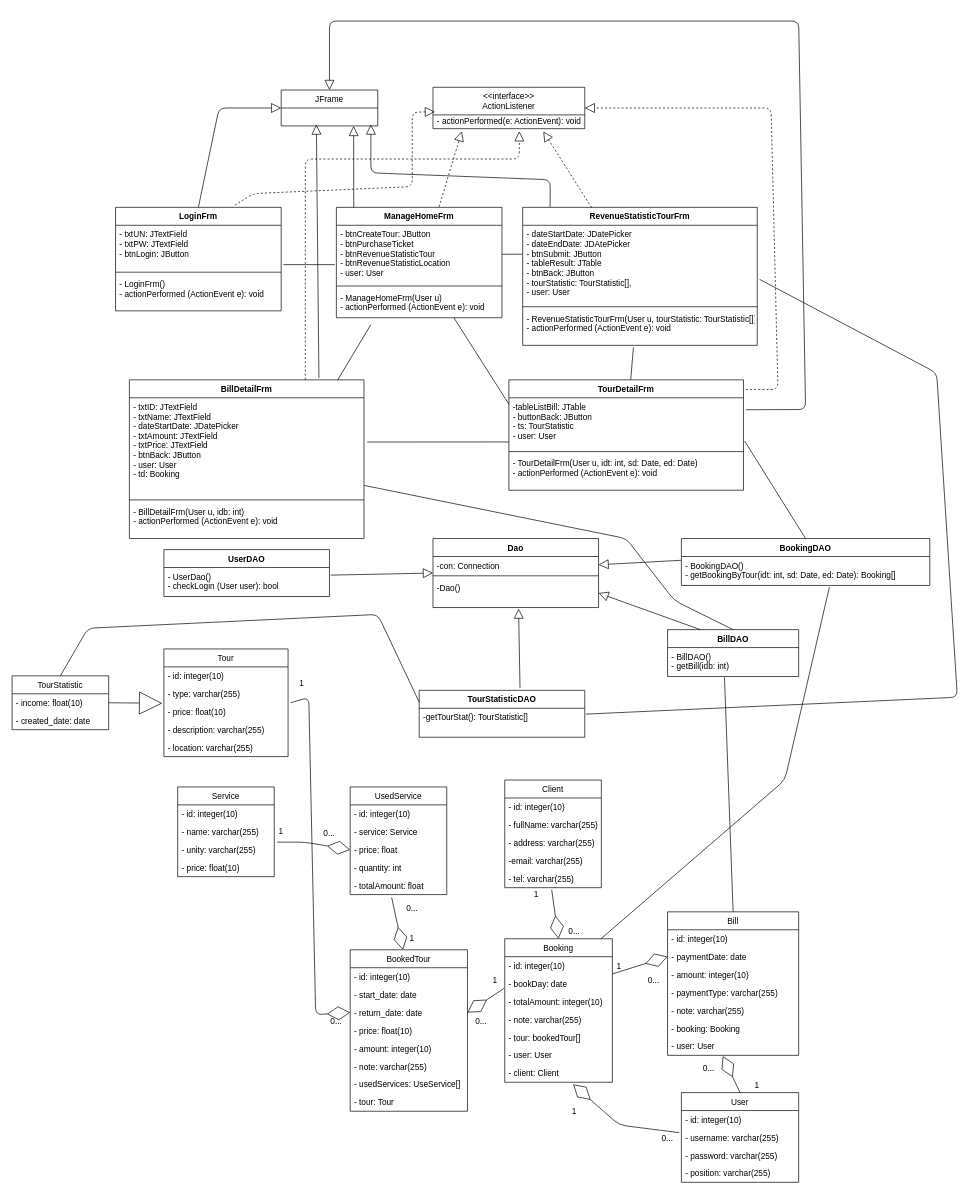
This is design_class_entity.drawio from thanhlongtld/classical_software_engineering, a draw.io file, before an edit. Source tidied: cells renumbered, new cells numbered last; positions are measured from the earlier drawing's top-left corner, leaving out a move shared by most shapes. Both pictures are drawn from the tidied source at 69%, with x=0, y=0 at pixel (12, 21).
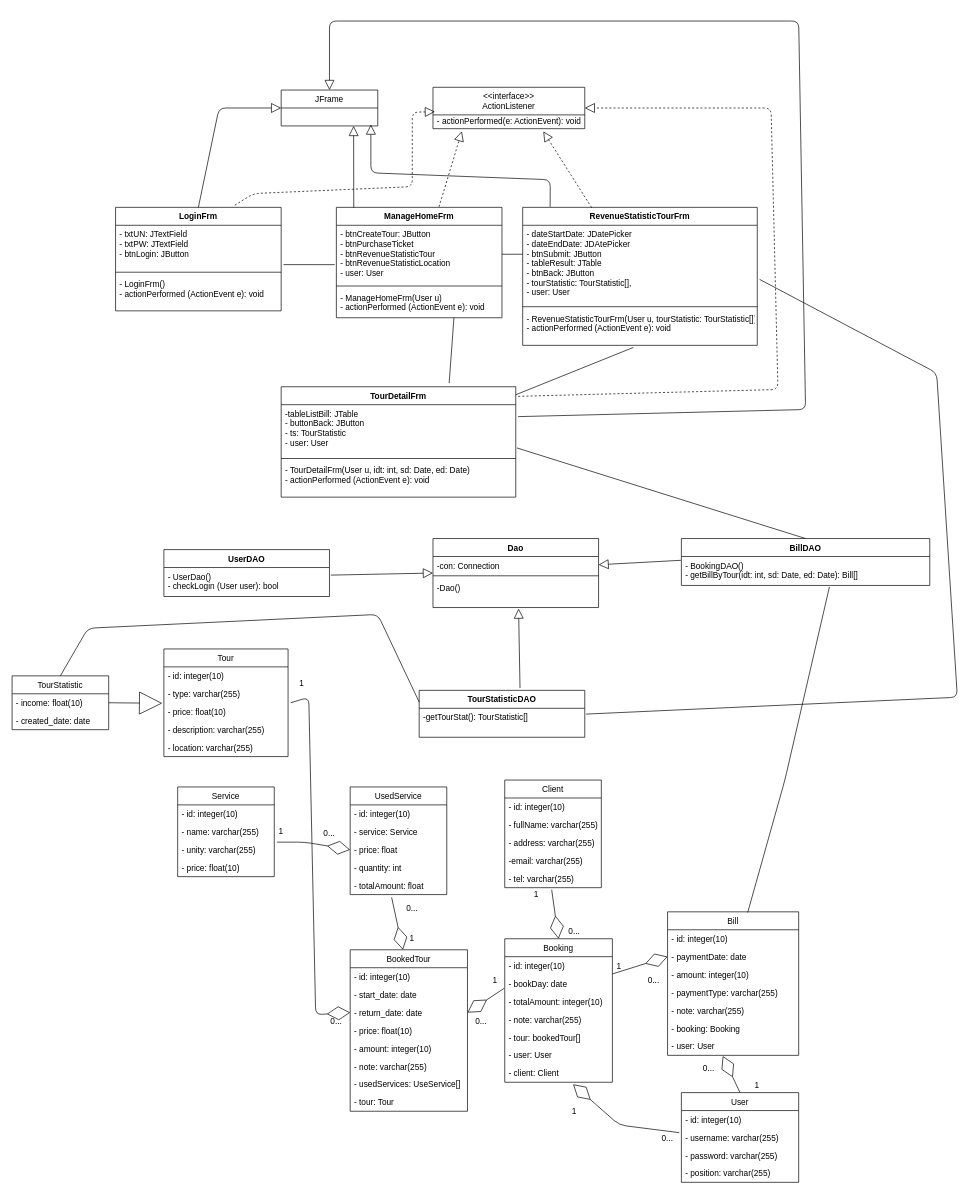
After the change.

The change refers to these unchanged cells:
```xml
<mxCell id="8" value="- actionPerformed(e: ActionEvent): void" style="text;html=1;align=center;verticalAlign=middle;points=[];strokeColor=none;" parent="7" vertex="1">
  <mxGeometry y="40" width="220" height="20" as="geometry" />
</mxCell>
<mxCell id="12" value="- ManageHomeFrm(User u)&#10;- actionPerformed (ActionEvent e): void&#10;" style="text;strokeColor=none;fillColor=none;align=left;verticalAlign=top;spacingLeft=4;spacingRight=4;overflow=hidden;points=[[0,0.5],[1,0.5]];portConstraint=eastwest;" parent="9" vertex="1">
  <mxGeometry y="118" width="240" height="42" as="geometry" />
</mxCell>
<mxCell id="18" value="-tableListBill: JTable&#10;- buttonBack: JButton&#10;- ts: TourStatistic&#10;- user: User" style="text;strokeColor=none;fillColor=none;align=left;verticalAlign=top;spacingLeft=4;spacingRight=4;overflow=hidden;points=[[0,0.5],[1,0.5]];portConstraint=eastwest;" parent="17" vertex="1">
  <mxGeometry y="26" width="340" height="74" as="geometry" />
</mxCell>
<mxCell id="28" value="-Dao()" style="text;strokeColor=none;fillColor=none;align=left;verticalAlign=top;spacingLeft=4;spacingRight=4;overflow=hidden;points=[[0,0.5],[1,0.5]];portConstraint=eastwest;" parent="25" vertex="1">
  <mxGeometry y="58" width="240" height="42" as="geometry" />
</mxCell>
<mxCell id="41" value="Booking" style="swimlane;fontStyle=0;horizontal=1;startSize=26;fillColor=none;" parent="1" vertex="1">
  <mxGeometry x="714" y="1330" width="156" height="208" as="geometry" />
</mxCell>
<mxCell id="55" value="Bill" style="swimlane;fontStyle=0;horizontal=1;startSize=26;fillColor=none;" parent="1" vertex="1">
  <mxGeometry x="950" y="1291" width="190" height="208" as="geometry" />
</mxCell>
```

Change to the diagram source:
```diff
@@
     <mxCell id="17" value="TourDetailFrm" style="swimlane;fontStyle=1;align=center;verticalAlign=top;horizontal=1;startSize=26;" parent="1" vertex="1">
-      <mxGeometry x="720" y="520" width="340" height="160" as="geometry" />
+      <mxGeometry x="390" y="530" width="340" height="160" as="geometry" />
     </mxCell>
@@
-    <mxCell id="21" value="BillDetailFrm" style="swimlane;fontStyle=1;align=center;verticalAlign=top;horizontal=1;startSize=26;" parent="1" vertex="1">
-      <mxGeometry x="170" y="520" width="340" height="230" as="geometry" />
-    </mxCell>
-    <mxCell id="22" value="- txtID: JTextField&#10;- txtName: JTextField&#10;- dateStartDate: JDatePicker&#10;- txtAmount: JTextField&#10;- txtPrice: JTextField&#10;- btnBack: JButton&#10;- user: User&#10;- td: Booking" style="text;strokeColor=none;fillColor=none;align=left;verticalAlign=top;spacingLeft=4;spacingRight=4;overflow=hidden;points=[[0,0.5],[1,0.5]];portConstraint=eastwest;" parent="21" vertex="1">
-      <mxGeometry y="26" width="340" height="144" as="geometry" />
-    </mxCell>
-    <mxCell id="23" style="line;strokeWidth=1;fillColor=none;align=left;verticalAlign=middle;spacingTop=-1;spacingLeft=3;spacingRight=3;labelPosition=right;" parent="21" vertex="1">
-      <mxGeometry y="170" width="340" height="8" as="geometry" />
-    </mxCell>
-    <mxCell id="24" value="- BillDetailFrm(User u, idb: int)&#10;- actionPerformed (ActionEvent e): void" style="text;strokeColor=none;fillColor=none;align=left;verticalAlign=top;spacingLeft=4;spacingRight=4;overflow=hidden;" parent="21" vertex="1">
-      <mxGeometry y="178" width="340" height="52" as="geometry" />
-    </mxCell>
@@
-    <mxCell id="116" value="BookingDAO" style="swimlane;fontStyle=1;align=center;verticalAlign=top;horizontal=1;startSize=26;" parent="1" vertex="1">
+    <mxCell id="116" value="BillDAO" style="swimlane;fontStyle=1;align=center;verticalAlign=top;horizontal=1;startSize=26;" parent="1" vertex="1">
       <mxGeometry x="970" y="750" width="360" height="68" as="geometry" />
     </mxCell>
-    <mxCell id="117" value="- BookingDAO()&#10;- getBookingByTour(idt: int, sd: Date, ed: Date): Booking[]" style="text;strokeColor=none;fillColor=none;align=left;verticalAlign=top;spacingLeft=4;spacingRight=4;overflow=hidden;points=[[0,0.5],[1,0.5]];portConstraint=eastwest;" parent="116" vertex="1">
+    <mxCell id="117" value="- BookingDAO()&#10;- getBillByTour(idt: int, sd: Date, ed: Date): Bill[]" style="text;strokeColor=none;fillColor=none;align=left;verticalAlign=top;spacingLeft=4;spacingRight=4;overflow=hidden;points=[[0,0.5],[1,0.5]];portConstraint=eastwest;" parent="116" vertex="1">
       <mxGeometry y="26" width="360" height="42" as="geometry" />
     </mxCell>
@@
-    <mxCell id="119" value="BillDAO" style="swimlane;fontStyle=1;align=center;verticalAlign=top;horizontal=1;startSize=26;" parent="1" vertex="1">
-      <mxGeometry x="950" y="882" width="190" height="68" as="geometry" />
-    </mxCell>
-    <mxCell id="120" value="- BillDAO()&#10;- getBill(idb: int)" style="text;strokeColor=none;fillColor=none;align=left;verticalAlign=top;spacingLeft=4;spacingRight=4;overflow=hidden;points=[[0,0.5],[1,0.5]];portConstraint=eastwest;" parent="119" vertex="1">
-      <mxGeometry y="26" width="190" height="42" as="geometry" />
-    </mxCell>
@@
-    <mxCell id="124" style="endArrow=block;endFill=0;endSize=12;html=1;exitX=0.808;exitY=-0.011;exitDx=0;exitDy=0;exitPerimeter=0;" parent="1" edge="1" source="21">
-      <mxGeometry relative="1" as="geometry">
-        <mxPoint x="441" y="150" as="targetPoint" />
-      </mxGeometry>
-    </mxCell>
@@
-    <mxCell id="129" style="endArrow=block;dashed=1;endFill=0;endSize=12;html=1;exitX=0.75;exitY=0;exitDx=0;exitDy=0;entryX=0.569;entryY=1.188;entryDx=0;entryDy=0;entryPerimeter=0;" parent="1" edge="1" source="21" target="8">
-      <mxGeometry relative="1" as="geometry">
-        <Array as="points">
-          <mxPoint x="425" y="200" />
-          <mxPoint x="735" y="200" />
-        </Array>
-      </mxGeometry>
-    </mxCell>
@@
-    <mxCell id="134" style="endArrow=none;html=1;entryX=0.596;entryY=1.051;entryDx=0;entryDy=0;entryPerimeter=0;exitX=0.893;exitY=0.001;exitDx=0;exitDy=0;exitPerimeter=0;" parent="1" edge="1" source="41" target="117">
+    <mxCell id="134" style="endArrow=none;html=1;entryX=0.596;entryY=1.051;entryDx=0;entryDy=0;entryPerimeter=0;exitX=0.611;exitY=0.005;exitDx=0;exitDy=0;exitPerimeter=0;" parent="1" edge="1" source="55" target="117">
       <mxGeometry relative="1" as="geometry">
         <Array as="points">
           <mxPoint x="1120" y="1100" />
         </Array>
       </mxGeometry>
     </mxCell>
-    <mxCell id="135" style="endArrow=block;endFill=0;endSize=12;html=1;entryX=1;entryY=0.5;entryDx=0;entryDy=0;exitX=0.25;exitY=0;exitDx=0;exitDy=0;" parent="1" edge="1" source="119" target="28">
-      <mxGeometry relative="1" as="geometry" />
-    </mxCell>
@@
-    <mxCell id="137" style="endArrow=none;html=1;entryX=0;entryY=0.865;entryDx=0;entryDy=0;entryPerimeter=0;exitX=1.014;exitY=0.445;exitDx=0;exitDy=0;exitPerimeter=0;" parent="1" edge="1" source="22" target="18">
-      <mxGeometry relative="1" as="geometry" />
-    </mxCell>
-    <mxCell id="138" style="endArrow=none;html=1;exitX=0.888;exitY=0.001;exitDx=0;exitDy=0;exitPerimeter=0;entryX=0.208;entryY=1.238;entryDx=0;entryDy=0;entryPerimeter=0;" parent="1" edge="1" source="21" target="12">
-      <mxGeometry relative="1" as="geometry" />
-    </mxCell>
-    <mxCell id="139" style="endArrow=none;html=1;entryX=0.71;entryY=1.003;entryDx=0;entryDy=0;entryPerimeter=0;exitX=0.001;exitY=0.133;exitDx=0;exitDy=0;exitPerimeter=0;" parent="1" edge="1" source="18" target="12">
+    <mxCell id="139" style="endArrow=none;html=1;entryX=0.71;entryY=1.003;entryDx=0;entryDy=0;entryPerimeter=0;exitX=0.716;exitY=-0.033;exitDx=0;exitDy=0;exitPerimeter=0;" parent="1" edge="1" source="17" target="12">
       <mxGeometry relative="1" as="geometry" />
     </mxCell>
@@
-    <mxCell id="141" style="endArrow=none;html=1;exitX=1.001;exitY=0.882;exitDx=0;exitDy=0;exitPerimeter=0;entryX=0.5;entryY=0;entryDx=0;entryDy=0;" parent="1" edge="1" source="22" target="119">
-      <mxGeometry relative="1" as="geometry">
-        <Array as="points">
-          <mxPoint x="890" y="750" />
-          <mxPoint x="960" y="840" />
-        </Array>
-      </mxGeometry>
-    </mxCell>
-    <mxCell id="142" style="endArrow=none;html=1;entryX=0.434;entryY=1.028;entryDx=0;entryDy=0;entryPerimeter=0;exitX=0.5;exitY=0;exitDx=0;exitDy=0;" parent="1" edge="1" source="55" target="120">
-      <mxGeometry relative="1" as="geometry" />
-    </mxCell>
```
